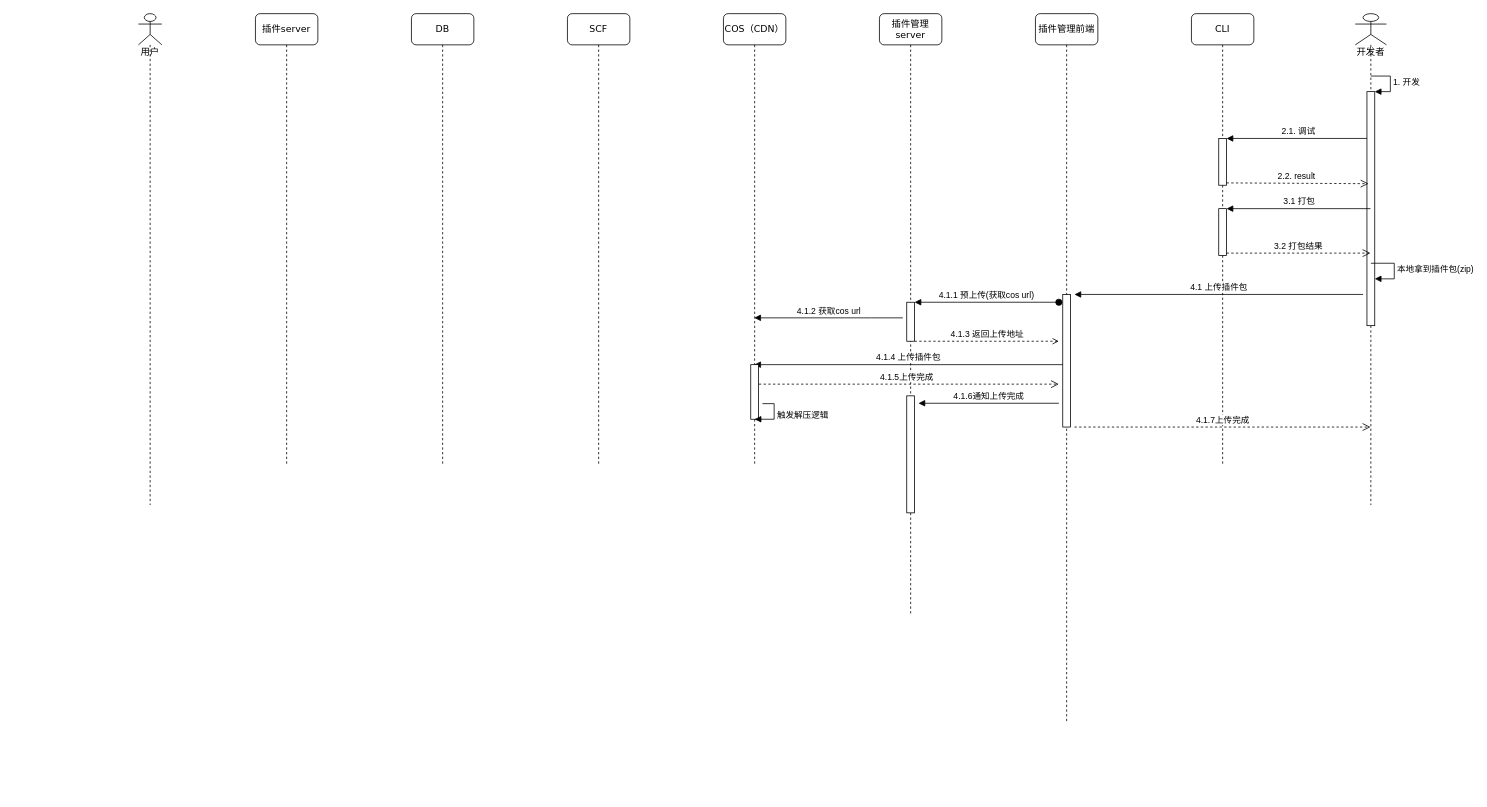
The draw.io diagram page "Page-1" (1 of 2) of Untitled Diagram.drawio in yuxingfirst/blog, before the edit. Source tidied: cells renumbered, new cells numbered last; positions are measured from the earlier drawing's top-left corner, leaving out a move shared by most shapes. Both pictures are drawn from the tidied source at 78%, with x=0, y=0 at pixel (138, 13).
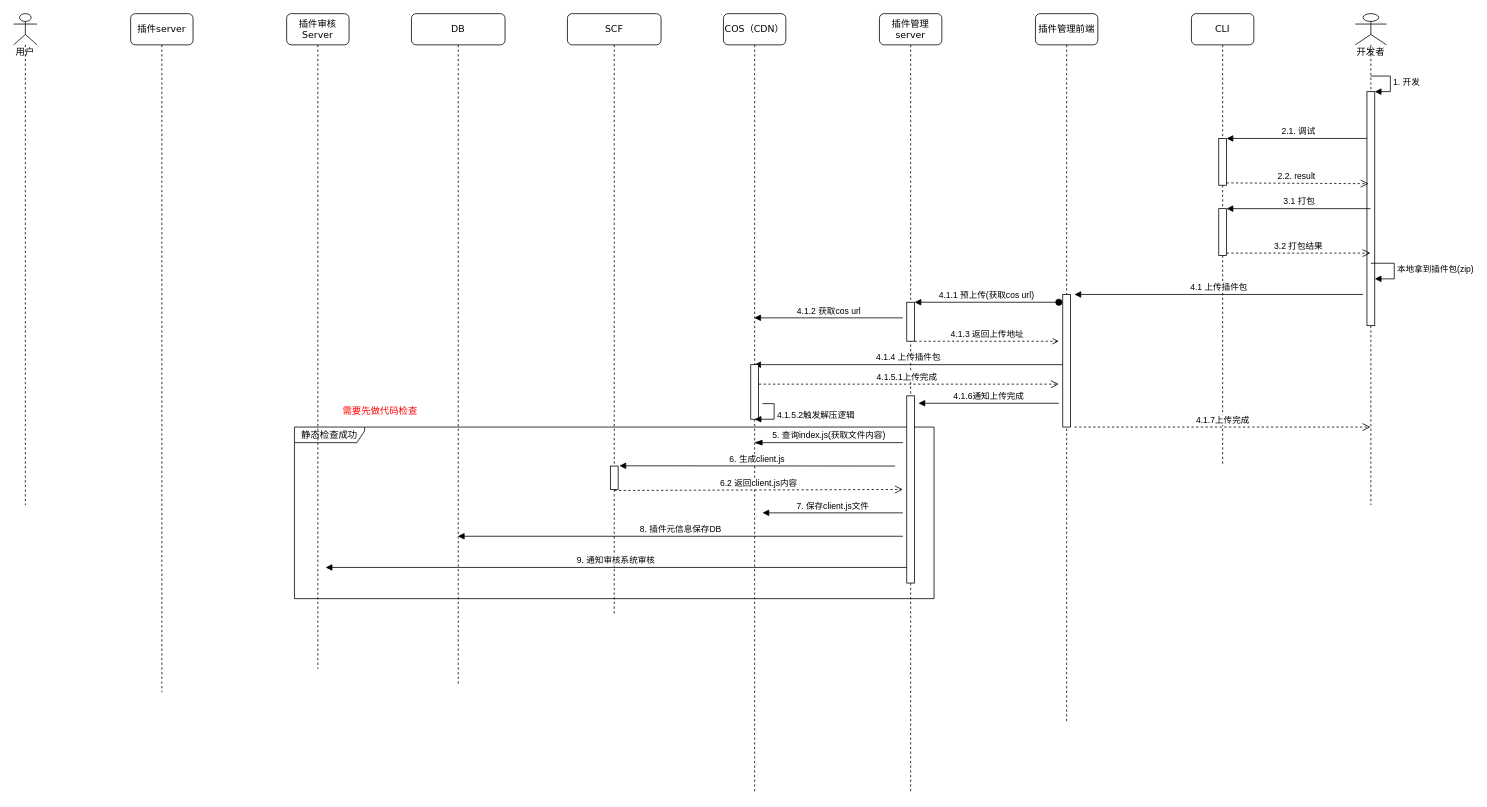
After the change.

Change to the diagram source:
```diff
@@
+    <mxCell id="33" value="静态检查成功" style="shape=umlFrame;whiteSpace=wrap;html=1;width=90;height=20;" parent="1" vertex="1">
+      <mxGeometry x="200" y="530" width="820" height="220" as="geometry" />
+    </mxCell>
     <mxCell id="2" value="插件server" style="shape=umlLifeline;perimeter=lifelinePerimeter;whiteSpace=wrap;html=1;rounded=1;shadow=0;comic=0;labelBackgroundColor=none;strokeWidth=1;fontFamily=Verdana;fontSize=12;align=center;" parent="1" vertex="1">
-      <mxGeometry x="150" width="80" height="580" as="geometry" />
+      <mxGeometry x="-10" width="80" height="870" as="geometry" />
     </mxCell>
     <mxCell id="3" value="SCF" style="shape=umlLifeline;perimeter=lifelinePerimeter;whiteSpace=wrap;html=1;rounded=1;shadow=0;comic=0;labelBackgroundColor=none;strokeWidth=1;fontFamily=Verdana;fontSize=12;align=center;" parent="1" vertex="1">
-      <mxGeometry x="550" width="80" height="580" as="geometry" />
+      <mxGeometry x="550" width="120" height="770" as="geometry" />
     </mxCell>
     <mxCell id="4" value="COS（CDN）" style="shape=umlLifeline;perimeter=lifelinePerimeter;whiteSpace=wrap;html=1;outlineConnect=0;rounded=1;shadow=0;comic=0;labelBackgroundColor=none;strokeWidth=1;fontFamily=Verdana;fontSize=12;align=center;" parent="1" vertex="1">
-      <mxGeometry x="750" width="80" height="580" as="geometry" />
+      <mxGeometry x="750" width="80" height="1000" as="geometry" />
     </mxCell>
-    <mxCell id="5" value="DB" style="shape=umlLifeline;perimeter=lifelinePerimeter;whiteSpace=wrap;html=1;rounded=1;shadow=0;comic=0;labelBackgroundColor=none;strokeWidth=1;fontFamily=Verdana;fontSize=12;align=center;" parent="1" vertex="1">
-      <mxGeometry x="350" width="80" height="580" as="geometry" />
+    <mxCell id="5" value="插件审核Server" style="shape=umlLifeline;perimeter=lifelinePerimeter;whiteSpace=wrap;html=1;rounded=1;shadow=0;comic=0;labelBackgroundColor=none;strokeWidth=1;fontFamily=Verdana;fontSize=12;align=center;" parent="1" vertex="1">
+      <mxGeometry x="190" width="80" height="840" as="geometry" />
     </mxCell>
     <mxCell id="6" value="插件管理server" style="shape=umlLifeline;perimeter=lifelinePerimeter;whiteSpace=wrap;html=1;rounded=1;shadow=0;comic=0;labelBackgroundColor=none;strokeWidth=1;fontFamily=Verdana;fontSize=12;align=center;" parent="1" vertex="1">
-      <mxGeometry x="950" width="80" height="770" as="geometry" />
+      <mxGeometry x="950" width="80" height="1000" as="geometry" />
     </mxCell>
@@
     <mxCell id="11" value="用户" style="shape=umlLifeline;participant=umlActor;perimeter=lifelinePerimeter;whiteSpace=wrap;html=1;verticalAlign=top;spacingTop=36;" parent="1" vertex="1">
-      <mxGeometry width="30" height="630" as="geometry" />
+      <mxGeometry x="-160" width="30" height="630" as="geometry" />
     </mxCell>
@@
-    <mxCell id="27" value="4.1.5上传完成" style="html=1;verticalAlign=bottom;endArrow=open;dashed=1;endSize=8;strokeColor=#000000;strokeWidth=1;" parent="1" edge="1" source="4">
+    <mxCell id="27" value="4.1.5.1上传完成" style="html=1;verticalAlign=bottom;endArrow=open;dashed=1;endSize=8;strokeColor=#000000;strokeWidth=1;" parent="1" edge="1" source="4">
       <mxGeometry relative="1" as="geometry">
         <mxPoint x="1180" y="475" as="targetPoint" />
       </mxGeometry>
     </mxCell>
     <mxCell id="28" style="html=1;perimeter=orthogonalPerimeter;" parent="1" vertex="1">
-      <mxGeometry x="985" y="490" width="10" height="150" as="geometry" />
+      <mxGeometry x="985" y="490" width="10" height="240" as="geometry" />
     </mxCell>
@@
-    <mxCell id="32" value="触发解压逻辑" style="edgeStyle=orthogonalEdgeStyle;html=1;align=left;spacingLeft=2;endArrow=block;rounded=0;entryX=1;entryY=0;strokeColor=#000000;strokeWidth=1;" parent="1" edge="1">
+    <mxCell id="32" value="4.1.5.2触发解压逻辑" style="edgeStyle=orthogonalEdgeStyle;html=1;align=left;spacingLeft=2;endArrow=block;rounded=0;entryX=1;entryY=0;strokeColor=#000000;strokeWidth=1;" parent="1" edge="1">
       <mxGeometry relative="1" as="geometry">
         <mxPoint x="800" y="500" as="sourcePoint" />
         <mxPoint x="790" y="520" as="targetPoint" />
         <Array as="points">
           <mxPoint x="815" y="500" />
         </Array>
       </mxGeometry>
     </mxCell>
+    <mxCell id="34" value="5. 查询index.js(获取文件内容)" style="html=1;verticalAlign=bottom;endArrow=blockThin;endSize=8;strokeColor=#000000;strokeWidth=1;endFill=1;" parent="1" edge="1" target="4">
+      <mxGeometry relative="1" as="geometry">
+        <mxPoint x="980" y="550" as="sourcePoint" />
+      </mxGeometry>
+    </mxCell>
+    <mxCell id="35" value="6. 生成client.js" style="html=1;verticalAlign=bottom;endArrow=block;strokeColor=#000000;strokeWidth=1;entryX=1.167;entryY=-0.011;entryDx=0;entryDy=0;entryPerimeter=0;" parent="1" edge="1" target="37">
+      <mxGeometry relative="1" as="geometry">
+        <mxPoint x="970" y="580" as="sourcePoint" />
+      </mxGeometry>
+    </mxCell>
+    <mxCell id="36" value="6.2 返回client.js内容" style="html=1;verticalAlign=bottom;endArrow=open;dashed=1;endSize=8;strokeColor=#000000;strokeWidth=1;exitX=0.5;exitY=1.044;exitDx=0;exitDy=0;exitPerimeter=0;" parent="1" edge="1" source="37">
+      <mxGeometry relative="1" as="geometry">
+        <mxPoint x="980" y="610" as="targetPoint" />
+      </mxGeometry>
+    </mxCell>
+    <mxCell id="37" style="html=1;points=[];perimeter=orthogonalPerimeter;" parent="1" vertex="1">
+      <mxGeometry x="605" y="580" width="10" height="30" as="geometry" />
+    </mxCell>
+    <mxCell id="38" value="7. 保存client.js文件" style="html=1;verticalAlign=bottom;endArrow=block;strokeColor=#000000;strokeWidth=1;" parent="1" edge="1">
+      <mxGeometry relative="1" as="geometry">
+        <mxPoint x="980" y="640" as="sourcePoint" />
+        <mxPoint x="800" y="640" as="targetPoint" />
+      </mxGeometry>
+    </mxCell>
+    <mxCell id="39" value="8. 插件元信息保存DB" style="html=1;verticalAlign=bottom;endArrow=block;strokeColor=#000000;strokeWidth=1;" parent="1" edge="1" target="40">
+      <mxGeometry relative="1" as="geometry">
+        <mxPoint x="980" y="670" as="sourcePoint" />
+      </mxGeometry>
+    </mxCell>
+    <mxCell id="40" value="DB" style="shape=umlLifeline;perimeter=lifelinePerimeter;whiteSpace=wrap;html=1;outlineConnect=0;rounded=1;shadow=0;comic=0;labelBackgroundColor=none;strokeWidth=1;fontFamily=Verdana;fontSize=12;align=center;" parent="1" vertex="1">
+      <mxGeometry x="350" width="120" height="860" as="geometry" />
+    </mxCell>
+    <mxCell id="41" value="9. 通知审核系统审核" style="html=1;verticalAlign=bottom;endArrow=block;strokeColor=#000000;strokeWidth=1;" parent="1" edge="1">
+      <mxGeometry relative="1" as="geometry">
+        <mxPoint x="985" y="710" as="sourcePoint" />
+        <mxPoint x="240" y="710" as="targetPoint" />
+      </mxGeometry>
+    </mxCell>
+    <mxCell id="42" value="&lt;font color=&quot;#ff0000&quot;&gt;需要先做代码检查&lt;/font&gt;" style="text;html=1;strokeColor=none;fillColor=none;align=center;verticalAlign=middle;whiteSpace=wrap;rounded=0;" parent="1" vertex="1">
+      <mxGeometry x="260" y="490" width="100" height="40" as="geometry" />
+    </mxCell>
```
